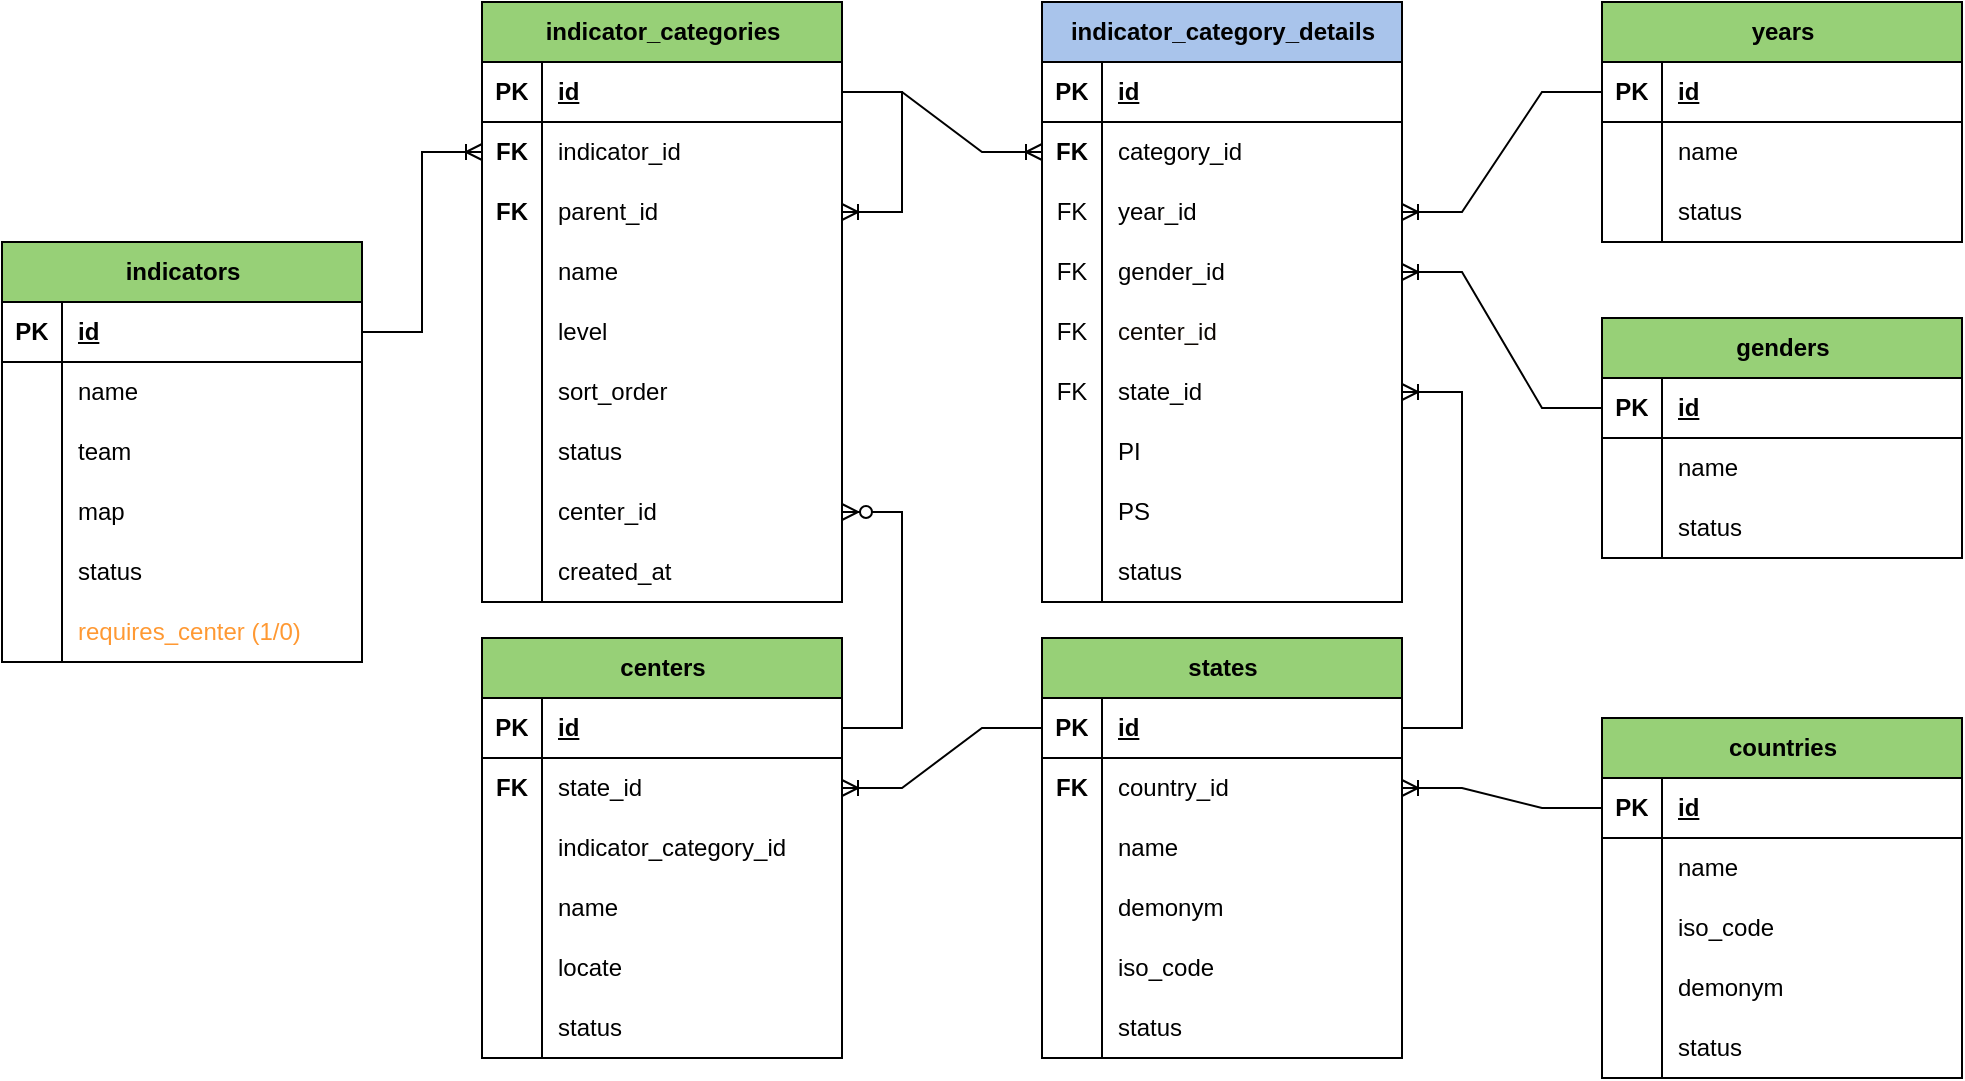
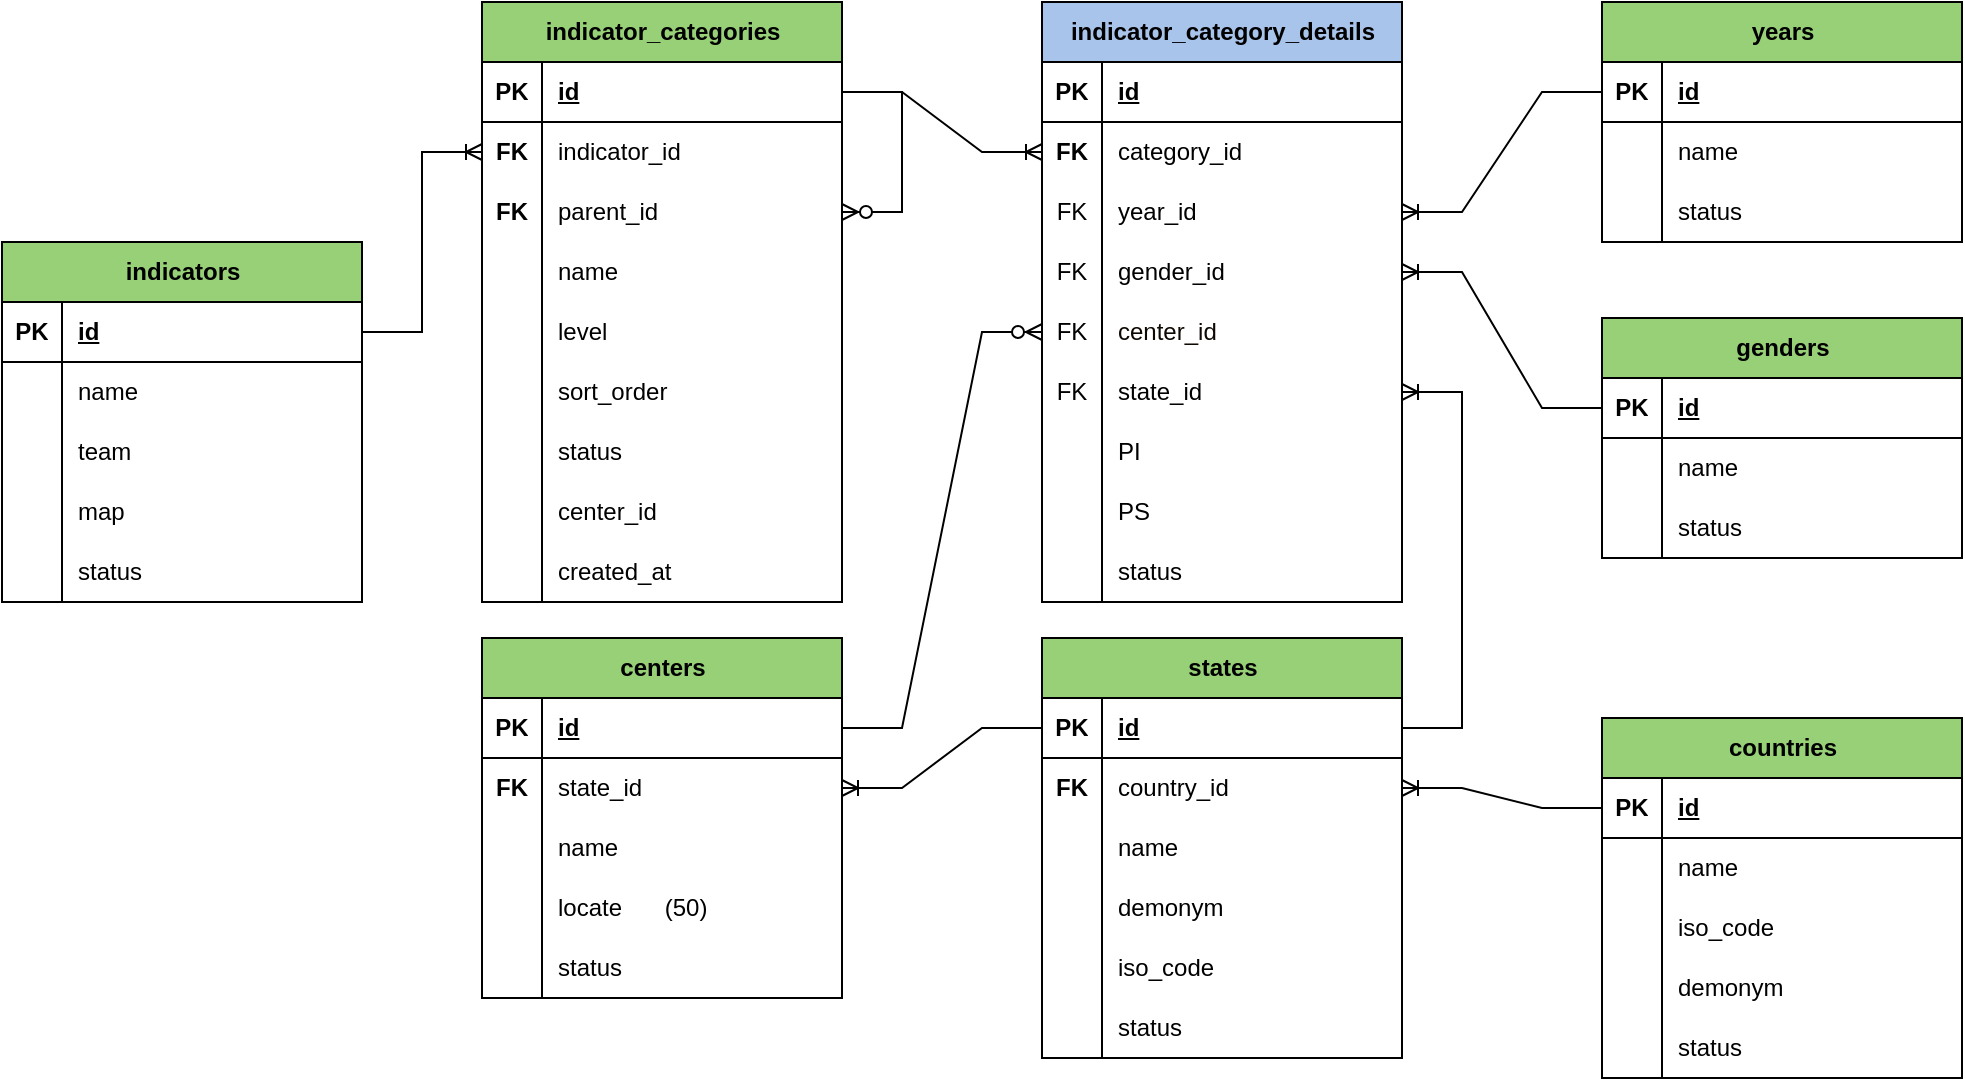
<mxfile host="app.diagrams.net" agent="Mozilla/5.0 (Windows NT 10.0; Win64; x64) AppleWebKit/537.36 (KHTML, like Gecko) Chrome/144.0.0.0 Safari/537.36" version="29.4.0">
  <diagram name="Página-1" id="_8EQAH1Wy183vU3yX7v0">
    <mxGraphModel dx="1426" dy="743" grid="1" gridSize="10" guides="1" tooltips="1" connect="1" arrows="1" fold="1" page="1" pageScale="1" pageWidth="827" pageHeight="1169" math="0" shadow="0">
      <root>
        <mxCell id="0" />
        <mxCell id="1" parent="0" />
        <mxCell id="jeW91b3SFmuc4ZiNpk8l-1" parent="1" style="shape=table;startSize=30;container=1;collapsible=1;childLayout=tableLayout;fixedRows=1;rowLines=0;fontStyle=1;align=center;resizeLast=1;html=1;fillColor=#97D077;" value="years" vertex="1">
          <mxGeometry height="120" width="180" x="840" y="200" as="geometry" />
        </mxCell>
        <mxCell id="jeW91b3SFmuc4ZiNpk8l-2" parent="jeW91b3SFmuc4ZiNpk8l-1" style="shape=tableRow;horizontal=0;startSize=0;swimlaneHead=0;swimlaneBody=0;fillColor=none;collapsible=0;dropTarget=0;points=[[0,0.5],[1,0.5]];portConstraint=eastwest;top=0;left=0;right=0;bottom=1;" value="" vertex="1">
          <mxGeometry height="30" width="180" y="30" as="geometry" />
        </mxCell>
        <mxCell id="jeW91b3SFmuc4ZiNpk8l-3" parent="jeW91b3SFmuc4ZiNpk8l-2" style="shape=partialRectangle;connectable=0;fillColor=none;top=0;left=0;bottom=0;right=0;fontStyle=1;overflow=hidden;whiteSpace=wrap;html=1;" value="PK" vertex="1">
          <mxGeometry height="30" width="30" as="geometry">
            <mxRectangle height="30" width="30" as="alternateBounds" />
          </mxGeometry>
        </mxCell>
        <mxCell id="jeW91b3SFmuc4ZiNpk8l-4" parent="jeW91b3SFmuc4ZiNpk8l-2" style="shape=partialRectangle;connectable=0;fillColor=none;top=0;left=0;bottom=0;right=0;align=left;spacingLeft=6;fontStyle=5;overflow=hidden;whiteSpace=wrap;html=1;" value="id" vertex="1">
          <mxGeometry height="30" width="150" x="30" as="geometry">
            <mxRectangle height="30" width="150" as="alternateBounds" />
          </mxGeometry>
        </mxCell>
        <mxCell id="jeW91b3SFmuc4ZiNpk8l-5" parent="jeW91b3SFmuc4ZiNpk8l-1" style="shape=tableRow;horizontal=0;startSize=0;swimlaneHead=0;swimlaneBody=0;fillColor=none;collapsible=0;dropTarget=0;points=[[0,0.5],[1,0.5]];portConstraint=eastwest;top=0;left=0;right=0;bottom=0;" value="" vertex="1">
          <mxGeometry height="30" width="180" y="60" as="geometry" />
        </mxCell>
        <mxCell id="jeW91b3SFmuc4ZiNpk8l-6" parent="jeW91b3SFmuc4ZiNpk8l-5" style="shape=partialRectangle;connectable=0;fillColor=none;top=0;left=0;bottom=0;right=0;editable=1;overflow=hidden;whiteSpace=wrap;html=1;" value="" vertex="1">
          <mxGeometry height="30" width="30" as="geometry">
            <mxRectangle height="30" width="30" as="alternateBounds" />
          </mxGeometry>
        </mxCell>
        <mxCell id="jeW91b3SFmuc4ZiNpk8l-7" parent="jeW91b3SFmuc4ZiNpk8l-5" style="shape=partialRectangle;connectable=0;fillColor=none;top=0;left=0;bottom=0;right=0;align=left;spacingLeft=6;overflow=hidden;whiteSpace=wrap;html=1;" value="name" vertex="1">
          <mxGeometry height="30" width="150" x="30" as="geometry">
            <mxRectangle height="30" width="150" as="alternateBounds" />
          </mxGeometry>
        </mxCell>
        <mxCell id="jeW91b3SFmuc4ZiNpk8l-8" parent="jeW91b3SFmuc4ZiNpk8l-1" style="shape=tableRow;horizontal=0;startSize=0;swimlaneHead=0;swimlaneBody=0;fillColor=none;collapsible=0;dropTarget=0;points=[[0,0.5],[1,0.5]];portConstraint=eastwest;top=0;left=0;right=0;bottom=0;" value="" vertex="1">
          <mxGeometry height="30" width="180" y="90" as="geometry" />
        </mxCell>
        <mxCell id="jeW91b3SFmuc4ZiNpk8l-9" parent="jeW91b3SFmuc4ZiNpk8l-8" style="shape=partialRectangle;connectable=0;fillColor=none;top=0;left=0;bottom=0;right=0;editable=1;overflow=hidden;whiteSpace=wrap;html=1;" value="" vertex="1">
          <mxGeometry height="30" width="30" as="geometry">
            <mxRectangle height="30" width="30" as="alternateBounds" />
          </mxGeometry>
        </mxCell>
        <mxCell id="jeW91b3SFmuc4ZiNpk8l-10" parent="jeW91b3SFmuc4ZiNpk8l-8" style="shape=partialRectangle;connectable=0;fillColor=none;top=0;left=0;bottom=0;right=0;align=left;spacingLeft=6;overflow=hidden;whiteSpace=wrap;html=1;" value="status" vertex="1">
          <mxGeometry height="30" width="150" x="30" as="geometry">
            <mxRectangle height="30" width="150" as="alternateBounds" />
          </mxGeometry>
        </mxCell>
        <mxCell id="jeW91b3SFmuc4ZiNpk8l-14" parent="1" style="shape=table;startSize=30;container=1;collapsible=1;childLayout=tableLayout;fixedRows=1;rowLines=0;fontStyle=1;align=center;resizeLast=1;html=1;fillColor=#97D077;" value="indicators" vertex="1">
-           <mxGeometry height="210" width="180" x="40" y="320" as="geometry" />
+           <mxGeometry height="180" width="180" x="40" y="320" as="geometry" />
        </mxCell>
        <mxCell id="jeW91b3SFmuc4ZiNpk8l-15" parent="jeW91b3SFmuc4ZiNpk8l-14" style="shape=tableRow;horizontal=0;startSize=0;swimlaneHead=0;swimlaneBody=0;fillColor=none;collapsible=0;dropTarget=0;points=[[0,0.5],[1,0.5]];portConstraint=eastwest;top=0;left=0;right=0;bottom=1;" value="" vertex="1">
          <mxGeometry height="30" width="180" y="30" as="geometry" />
        </mxCell>
        <mxCell id="jeW91b3SFmuc4ZiNpk8l-16" parent="jeW91b3SFmuc4ZiNpk8l-15" style="shape=partialRectangle;connectable=0;fillColor=none;top=0;left=0;bottom=0;right=0;fontStyle=1;overflow=hidden;whiteSpace=wrap;html=1;" value="PK" vertex="1">
          <mxGeometry height="30" width="30" as="geometry">
            <mxRectangle height="30" width="30" as="alternateBounds" />
          </mxGeometry>
        </mxCell>
        <mxCell id="jeW91b3SFmuc4ZiNpk8l-17" parent="jeW91b3SFmuc4ZiNpk8l-15" style="shape=partialRectangle;connectable=0;fillColor=none;top=0;left=0;bottom=0;right=0;align=left;spacingLeft=6;fontStyle=5;overflow=hidden;whiteSpace=wrap;html=1;" value="id" vertex="1">
          <mxGeometry height="30" width="150" x="30" as="geometry">
            <mxRectangle height="30" width="150" as="alternateBounds" />
          </mxGeometry>
        </mxCell>
        <mxCell id="jeW91b3SFmuc4ZiNpk8l-18" parent="jeW91b3SFmuc4ZiNpk8l-14" style="shape=tableRow;horizontal=0;startSize=0;swimlaneHead=0;swimlaneBody=0;fillColor=none;collapsible=0;dropTarget=0;points=[[0,0.5],[1,0.5]];portConstraint=eastwest;top=0;left=0;right=0;bottom=0;" value="" vertex="1">
          <mxGeometry height="30" width="180" y="60" as="geometry" />
        </mxCell>
        <mxCell id="jeW91b3SFmuc4ZiNpk8l-19" parent="jeW91b3SFmuc4ZiNpk8l-18" style="shape=partialRectangle;connectable=0;fillColor=none;top=0;left=0;bottom=0;right=0;editable=1;overflow=hidden;whiteSpace=wrap;html=1;" value="" vertex="1">
          <mxGeometry height="30" width="30" as="geometry">
            <mxRectangle height="30" width="30" as="alternateBounds" />
          </mxGeometry>
        </mxCell>
        <mxCell id="jeW91b3SFmuc4ZiNpk8l-20" parent="jeW91b3SFmuc4ZiNpk8l-18" style="shape=partialRectangle;connectable=0;fillColor=none;top=0;left=0;bottom=0;right=0;align=left;spacingLeft=6;overflow=hidden;whiteSpace=wrap;html=1;" value="name" vertex="1">
          <mxGeometry height="30" width="150" x="30" as="geometry">
            <mxRectangle height="30" width="150" as="alternateBounds" />
          </mxGeometry>
        </mxCell>
        <mxCell id="Tr3dRubQJtcB0Lx8Occ9-4" parent="jeW91b3SFmuc4ZiNpk8l-14" style="shape=tableRow;horizontal=0;startSize=0;swimlaneHead=0;swimlaneBody=0;fillColor=none;collapsible=0;dropTarget=0;points=[[0,0.5],[1,0.5]];portConstraint=eastwest;top=0;left=0;right=0;bottom=0;" vertex="1">
          <mxGeometry height="30" width="180" y="90" as="geometry" />
        </mxCell>
        <mxCell id="Tr3dRubQJtcB0Lx8Occ9-5" parent="Tr3dRubQJtcB0Lx8Occ9-4" style="shape=partialRectangle;connectable=0;fillColor=none;top=0;left=0;bottom=0;right=0;editable=1;overflow=hidden;whiteSpace=wrap;html=1;" vertex="1">
          <mxGeometry height="30" width="30" as="geometry">
            <mxRectangle height="30" width="30" as="alternateBounds" />
          </mxGeometry>
        </mxCell>
        <mxCell id="Tr3dRubQJtcB0Lx8Occ9-6" parent="Tr3dRubQJtcB0Lx8Occ9-4" style="shape=partialRectangle;connectable=0;fillColor=none;top=0;left=0;bottom=0;right=0;align=left;spacingLeft=6;overflow=hidden;whiteSpace=wrap;html=1;" value="team" vertex="1">
          <mxGeometry height="30" width="150" x="30" as="geometry">
            <mxRectangle height="30" width="150" as="alternateBounds" />
          </mxGeometry>
        </mxCell>
        <mxCell id="Tr3dRubQJtcB0Lx8Occ9-1" parent="jeW91b3SFmuc4ZiNpk8l-14" style="shape=tableRow;horizontal=0;startSize=0;swimlaneHead=0;swimlaneBody=0;fillColor=none;collapsible=0;dropTarget=0;points=[[0,0.5],[1,0.5]];portConstraint=eastwest;top=0;left=0;right=0;bottom=0;" vertex="1">
          <mxGeometry height="30" width="180" y="120" as="geometry" />
        </mxCell>
        <mxCell id="Tr3dRubQJtcB0Lx8Occ9-2" parent="Tr3dRubQJtcB0Lx8Occ9-1" style="shape=partialRectangle;connectable=0;fillColor=none;top=0;left=0;bottom=0;right=0;editable=1;overflow=hidden;whiteSpace=wrap;html=1;" vertex="1">
          <mxGeometry height="30" width="30" as="geometry">
            <mxRectangle height="30" width="30" as="alternateBounds" />
          </mxGeometry>
        </mxCell>
        <mxCell id="Tr3dRubQJtcB0Lx8Occ9-3" parent="Tr3dRubQJtcB0Lx8Occ9-1" style="shape=partialRectangle;connectable=0;fillColor=none;top=0;left=0;bottom=0;right=0;align=left;spacingLeft=6;overflow=hidden;whiteSpace=wrap;html=1;" value="map" vertex="1">
          <mxGeometry height="30" width="150" x="30" as="geometry">
            <mxRectangle height="30" width="150" as="alternateBounds" />
          </mxGeometry>
        </mxCell>
        <mxCell id="Tr3dRubQJtcB0Lx8Occ9-7" parent="jeW91b3SFmuc4ZiNpk8l-14" style="shape=tableRow;horizontal=0;startSize=0;swimlaneHead=0;swimlaneBody=0;fillColor=none;collapsible=0;dropTarget=0;points=[[0,0.5],[1,0.5]];portConstraint=eastwest;top=0;left=0;right=0;bottom=0;" vertex="1">
          <mxGeometry height="30" width="180" y="150" as="geometry" />
        </mxCell>
        <mxCell id="Tr3dRubQJtcB0Lx8Occ9-8" parent="Tr3dRubQJtcB0Lx8Occ9-7" style="shape=partialRectangle;connectable=0;fillColor=none;top=0;left=0;bottom=0;right=0;editable=1;overflow=hidden;whiteSpace=wrap;html=1;" vertex="1">
          <mxGeometry height="30" width="30" as="geometry">
            <mxRectangle height="30" width="30" as="alternateBounds" />
          </mxGeometry>
        </mxCell>
        <mxCell id="Tr3dRubQJtcB0Lx8Occ9-9" parent="Tr3dRubQJtcB0Lx8Occ9-7" style="shape=partialRectangle;connectable=0;fillColor=none;top=0;left=0;bottom=0;right=0;align=left;spacingLeft=6;overflow=hidden;whiteSpace=wrap;html=1;" value="status" vertex="1">
          <mxGeometry height="30" width="150" x="30" as="geometry">
            <mxRectangle height="30" width="150" as="alternateBounds" />
          </mxGeometry>
        </mxCell>
-         <mxCell id="jeW91b3SFmuc4ZiNpk8l-24" parent="jeW91b3SFmuc4ZiNpk8l-14" style="shape=tableRow;horizontal=0;startSize=0;swimlaneHead=0;swimlaneBody=0;fillColor=none;collapsible=0;dropTarget=0;points=[[0,0.5],[1,0.5]];portConstraint=eastwest;top=0;left=0;right=0;bottom=0;" value="" vertex="1">
-           <mxGeometry height="30" width="180" y="180" as="geometry" />
-         </mxCell>
-         <mxCell id="jeW91b3SFmuc4ZiNpk8l-25" parent="jeW91b3SFmuc4ZiNpk8l-24" style="shape=partialRectangle;connectable=0;fillColor=none;top=0;left=0;bottom=0;right=0;editable=1;overflow=hidden;whiteSpace=wrap;html=1;" value="" vertex="1">
-           <mxGeometry height="30" width="30" as="geometry">
-             <mxRectangle height="30" width="30" as="alternateBounds" />
-           </mxGeometry>
-         </mxCell>
-         <mxCell id="jeW91b3SFmuc4ZiNpk8l-26" parent="jeW91b3SFmuc4ZiNpk8l-24" style="shape=partialRectangle;connectable=0;fillColor=none;top=0;left=0;bottom=0;right=0;align=left;spacingLeft=6;overflow=hidden;whiteSpace=wrap;html=1;" value="&lt;font style=&quot;color: rgb(255, 153, 51);&quot;&gt;requires_center (1/0)&lt;/font&gt;" vertex="1">
-           <mxGeometry height="30" width="150" x="30" as="geometry">
-             <mxRectangle height="30" width="150" as="alternateBounds" />
-           </mxGeometry>
-         </mxCell>
        <mxCell id="jeW91b3SFmuc4ZiNpk8l-27" parent="1" style="shape=table;startSize=30;container=1;collapsible=1;childLayout=tableLayout;fixedRows=1;rowLines=0;fontStyle=1;align=center;resizeLast=1;html=1;fillColor=#97D077;" value="centers" vertex="1">
-           <mxGeometry height="210" width="180" x="280" y="518" as="geometry">
+           <mxGeometry height="180" width="180" x="280" y="518" as="geometry">
            <mxRectangle height="30" width="80" x="280" y="560" as="alternateBounds" />
          </mxGeometry>
        </mxCell>
        <mxCell id="jeW91b3SFmuc4ZiNpk8l-28" parent="jeW91b3SFmuc4ZiNpk8l-27" style="shape=tableRow;horizontal=0;startSize=0;swimlaneHead=0;swimlaneBody=0;fillColor=none;collapsible=0;dropTarget=0;points=[[0,0.5],[1,0.5]];portConstraint=eastwest;top=0;left=0;right=0;bottom=1;" value="" vertex="1">
          <mxGeometry height="30" width="180" y="30" as="geometry" />
        </mxCell>
        <mxCell id="jeW91b3SFmuc4ZiNpk8l-29" parent="jeW91b3SFmuc4ZiNpk8l-28" style="shape=partialRectangle;connectable=0;fillColor=none;top=0;left=0;bottom=0;right=0;fontStyle=1;overflow=hidden;whiteSpace=wrap;html=1;" value="PK" vertex="1">
          <mxGeometry height="30" width="30" as="geometry">
            <mxRectangle height="30" width="30" as="alternateBounds" />
          </mxGeometry>
        </mxCell>
        <mxCell id="jeW91b3SFmuc4ZiNpk8l-30" parent="jeW91b3SFmuc4ZiNpk8l-28" style="shape=partialRectangle;connectable=0;fillColor=none;top=0;left=0;bottom=0;right=0;align=left;spacingLeft=6;fontStyle=5;overflow=hidden;whiteSpace=wrap;html=1;" value="id" vertex="1">
          <mxGeometry height="30" width="150" x="30" as="geometry">
            <mxRectangle height="30" width="150" as="alternateBounds" />
          </mxGeometry>
        </mxCell>
        <mxCell id="jeW91b3SFmuc4ZiNpk8l-31" parent="jeW91b3SFmuc4ZiNpk8l-27" style="shape=tableRow;horizontal=0;startSize=0;swimlaneHead=0;swimlaneBody=0;fillColor=none;collapsible=0;dropTarget=0;points=[[0,0.5],[1,0.5]];portConstraint=eastwest;top=0;left=0;right=0;bottom=0;" value="" vertex="1">
          <mxGeometry height="30" width="180" y="60" as="geometry" />
        </mxCell>
        <mxCell id="jeW91b3SFmuc4ZiNpk8l-32" parent="jeW91b3SFmuc4ZiNpk8l-31" style="shape=partialRectangle;connectable=0;fillColor=none;top=0;left=0;bottom=0;right=0;editable=1;overflow=hidden;whiteSpace=wrap;html=1;" value="&lt;b&gt;FK&lt;/b&gt;" vertex="1">
          <mxGeometry height="30" width="30" as="geometry">
            <mxRectangle height="30" width="30" as="alternateBounds" />
          </mxGeometry>
        </mxCell>
        <mxCell id="jeW91b3SFmuc4ZiNpk8l-33" parent="jeW91b3SFmuc4ZiNpk8l-31" style="shape=partialRectangle;connectable=0;fillColor=none;top=0;left=0;bottom=0;right=0;align=left;spacingLeft=6;overflow=hidden;whiteSpace=wrap;html=1;" value="state_id" vertex="1">
          <mxGeometry height="30" width="150" x="30" as="geometry">
            <mxRectangle height="30" width="150" as="alternateBounds" />
          </mxGeometry>
        </mxCell>
-         <mxCell id="6sR2e17n_Q9-mfU13Qc0-5" parent="jeW91b3SFmuc4ZiNpk8l-27" style="shape=tableRow;horizontal=0;startSize=0;swimlaneHead=0;swimlaneBody=0;fillColor=none;collapsible=0;dropTarget=0;points=[[0,0.5],[1,0.5]];portConstraint=eastwest;top=0;left=0;right=0;bottom=0;" vertex="1">
-           <mxGeometry height="30" width="180" y="90" as="geometry" />
-         </mxCell>
-         <mxCell id="6sR2e17n_Q9-mfU13Qc0-6" parent="6sR2e17n_Q9-mfU13Qc0-5" style="shape=partialRectangle;connectable=0;fillColor=none;top=0;left=0;bottom=0;right=0;editable=1;overflow=hidden;whiteSpace=wrap;html=1;" vertex="1">
-           <mxGeometry height="30" width="30" as="geometry">
-             <mxRectangle height="30" width="30" as="alternateBounds" />
-           </mxGeometry>
-         </mxCell>
-         <mxCell id="6sR2e17n_Q9-mfU13Qc0-7" parent="6sR2e17n_Q9-mfU13Qc0-5" style="shape=partialRectangle;connectable=0;fillColor=none;top=0;left=0;bottom=0;right=0;align=left;spacingLeft=6;overflow=hidden;whiteSpace=wrap;html=1;" value="indicator_category_id" vertex="1">
-           <mxGeometry height="30" width="150" x="30" as="geometry">
-             <mxRectangle height="30" width="150" as="alternateBounds" />
-           </mxGeometry>
-         </mxCell>
        <mxCell id="jeW91b3SFmuc4ZiNpk8l-34" parent="jeW91b3SFmuc4ZiNpk8l-27" style="shape=tableRow;horizontal=0;startSize=0;swimlaneHead=0;swimlaneBody=0;fillColor=none;collapsible=0;dropTarget=0;points=[[0,0.5],[1,0.5]];portConstraint=eastwest;top=0;left=0;right=0;bottom=0;" value="" vertex="1">
+           <mxGeometry height="30" width="180" y="90" as="geometry" />
+         </mxCell>
+         <mxCell id="jeW91b3SFmuc4ZiNpk8l-35" parent="jeW91b3SFmuc4ZiNpk8l-34" style="shape=partialRectangle;connectable=0;fillColor=none;top=0;left=0;bottom=0;right=0;editable=1;overflow=hidden;whiteSpace=wrap;html=1;" value="" vertex="1">
+           <mxGeometry height="30" width="30" as="geometry">
+             <mxRectangle height="30" width="30" as="alternateBounds" />
+           </mxGeometry>
+         </mxCell>
+         <mxCell id="jeW91b3SFmuc4ZiNpk8l-36" parent="jeW91b3SFmuc4ZiNpk8l-34" style="shape=partialRectangle;connectable=0;fillColor=none;top=0;left=0;bottom=0;right=0;align=left;spacingLeft=6;overflow=hidden;whiteSpace=wrap;html=1;" value="name" vertex="1">
+           <mxGeometry height="30" width="150" x="30" as="geometry">
+             <mxRectangle height="30" width="150" as="alternateBounds" />
+           </mxGeometry>
+         </mxCell>
+         <mxCell id="jeW91b3SFmuc4ZiNpk8l-37" parent="jeW91b3SFmuc4ZiNpk8l-27" style="shape=tableRow;horizontal=0;startSize=0;swimlaneHead=0;swimlaneBody=0;fillColor=none;collapsible=0;dropTarget=0;points=[[0,0.5],[1,0.5]];portConstraint=eastwest;top=0;left=0;right=0;bottom=0;" value="" vertex="1">
          <mxGeometry height="30" width="180" y="120" as="geometry" />
        </mxCell>
-         <mxCell id="jeW91b3SFmuc4ZiNpk8l-35" parent="jeW91b3SFmuc4ZiNpk8l-34" style="shape=partialRectangle;connectable=0;fillColor=none;top=0;left=0;bottom=0;right=0;editable=1;overflow=hidden;whiteSpace=wrap;html=1;" value="" vertex="1">
-           <mxGeometry height="30" width="30" as="geometry">
-             <mxRectangle height="30" width="30" as="alternateBounds" />
-           </mxGeometry>
-         </mxCell>
-         <mxCell id="jeW91b3SFmuc4ZiNpk8l-36" parent="jeW91b3SFmuc4ZiNpk8l-34" style="shape=partialRectangle;connectable=0;fillColor=none;top=0;left=0;bottom=0;right=0;align=left;spacingLeft=6;overflow=hidden;whiteSpace=wrap;html=1;" value="name" vertex="1">
-           <mxGeometry height="30" width="150" x="30" as="geometry">
-             <mxRectangle height="30" width="150" as="alternateBounds" />
-           </mxGeometry>
-         </mxCell>
-         <mxCell id="jeW91b3SFmuc4ZiNpk8l-37" parent="jeW91b3SFmuc4ZiNpk8l-27" style="shape=tableRow;horizontal=0;startSize=0;swimlaneHead=0;swimlaneBody=0;fillColor=none;collapsible=0;dropTarget=0;points=[[0,0.5],[1,0.5]];portConstraint=eastwest;top=0;left=0;right=0;bottom=0;" value="" vertex="1">
+         <mxCell id="jeW91b3SFmuc4ZiNpk8l-38" parent="jeW91b3SFmuc4ZiNpk8l-37" style="shape=partialRectangle;connectable=0;fillColor=none;top=0;left=0;bottom=0;right=0;editable=1;overflow=hidden;whiteSpace=wrap;html=1;" value="" vertex="1">
+           <mxGeometry height="30" width="30" as="geometry">
+             <mxRectangle height="30" width="30" as="alternateBounds" />
+           </mxGeometry>
+         </mxCell>
+         <mxCell id="jeW91b3SFmuc4ZiNpk8l-39" parent="jeW91b3SFmuc4ZiNpk8l-37" style="shape=partialRectangle;connectable=0;fillColor=none;top=0;left=0;bottom=0;right=0;align=left;spacingLeft=6;overflow=hidden;whiteSpace=wrap;html=1;" value="locate&lt;span style=&quot;white-space: pre;&quot;&gt;&#x9;&lt;/span&gt;&lt;font style=&quot;color: light-dark(rgb(0, 0, 0), rgb(255, 128, 0));&quot;&gt;(50)&lt;/font&gt;" vertex="1">
+           <mxGeometry height="30" width="150" x="30" as="geometry">
+             <mxRectangle height="30" width="150" as="alternateBounds" />
+           </mxGeometry>
+         </mxCell>
+         <mxCell id="jeW91b3SFmuc4ZiNpk8l-72" parent="jeW91b3SFmuc4ZiNpk8l-27" style="shape=tableRow;horizontal=0;startSize=0;swimlaneHead=0;swimlaneBody=0;fillColor=none;collapsible=0;dropTarget=0;points=[[0,0.5],[1,0.5]];portConstraint=eastwest;top=0;left=0;right=0;bottom=0;" vertex="1">
          <mxGeometry height="30" width="180" y="150" as="geometry" />
-         </mxCell>
-         <mxCell id="jeW91b3SFmuc4ZiNpk8l-38" parent="jeW91b3SFmuc4ZiNpk8l-37" style="shape=partialRectangle;connectable=0;fillColor=none;top=0;left=0;bottom=0;right=0;editable=1;overflow=hidden;whiteSpace=wrap;html=1;" value="" vertex="1">
-           <mxGeometry height="30" width="30" as="geometry">
-             <mxRectangle height="30" width="30" as="alternateBounds" />
-           </mxGeometry>
-         </mxCell>
-         <mxCell id="jeW91b3SFmuc4ZiNpk8l-39" parent="jeW91b3SFmuc4ZiNpk8l-37" style="shape=partialRectangle;connectable=0;fillColor=none;top=0;left=0;bottom=0;right=0;align=left;spacingLeft=6;overflow=hidden;whiteSpace=wrap;html=1;" value="locate" vertex="1">
-           <mxGeometry height="30" width="150" x="30" as="geometry">
-             <mxRectangle height="30" width="150" as="alternateBounds" />
-           </mxGeometry>
-         </mxCell>
-         <mxCell id="jeW91b3SFmuc4ZiNpk8l-72" parent="jeW91b3SFmuc4ZiNpk8l-27" style="shape=tableRow;horizontal=0;startSize=0;swimlaneHead=0;swimlaneBody=0;fillColor=none;collapsible=0;dropTarget=0;points=[[0,0.5],[1,0.5]];portConstraint=eastwest;top=0;left=0;right=0;bottom=0;" vertex="1">
-           <mxGeometry height="30" width="180" y="180" as="geometry" />
        </mxCell>
        <mxCell id="jeW91b3SFmuc4ZiNpk8l-73" parent="jeW91b3SFmuc4ZiNpk8l-72" style="shape=partialRectangle;connectable=0;fillColor=none;top=0;left=0;bottom=0;right=0;editable=1;overflow=hidden;whiteSpace=wrap;html=1;" vertex="1">
          <mxGeometry height="30" width="30" as="geometry">
            <mxRectangle height="30" width="30" as="alternateBounds" />
          </mxGeometry>
        </mxCell>
        <mxCell id="jeW91b3SFmuc4ZiNpk8l-74" parent="jeW91b3SFmuc4ZiNpk8l-72" style="shape=partialRectangle;connectable=0;fillColor=none;top=0;left=0;bottom=0;right=0;align=left;spacingLeft=6;overflow=hidden;whiteSpace=wrap;html=1;" value="status" vertex="1">
          <mxGeometry height="30" width="150" x="30" as="geometry">
            <mxRectangle height="30" width="150" as="alternateBounds" />
          </mxGeometry>
        </mxCell>
        <mxCell id="jeW91b3SFmuc4ZiNpk8l-40" parent="1" style="shape=table;startSize=30;container=1;collapsible=1;childLayout=tableLayout;fixedRows=1;rowLines=0;fontStyle=1;align=center;resizeLast=1;html=1;fillColor=#97D077;" value="countries" vertex="1">
          <mxGeometry height="180" width="180" x="840" y="558" as="geometry" />
        </mxCell>
        <mxCell id="jeW91b3SFmuc4ZiNpk8l-41" parent="jeW91b3SFmuc4ZiNpk8l-40" style="shape=tableRow;horizontal=0;startSize=0;swimlaneHead=0;swimlaneBody=0;fillColor=none;collapsible=0;dropTarget=0;points=[[0,0.5],[1,0.5]];portConstraint=eastwest;top=0;left=0;right=0;bottom=1;" value="" vertex="1">
          <mxGeometry height="30" width="180" y="30" as="geometry" />
        </mxCell>
        <mxCell id="jeW91b3SFmuc4ZiNpk8l-42" parent="jeW91b3SFmuc4ZiNpk8l-41" style="shape=partialRectangle;connectable=0;fillColor=none;top=0;left=0;bottom=0;right=0;fontStyle=1;overflow=hidden;whiteSpace=wrap;html=1;" value="PK" vertex="1">
          <mxGeometry height="30" width="30" as="geometry">
            <mxRectangle height="30" width="30" as="alternateBounds" />
          </mxGeometry>
        </mxCell>
        <mxCell id="jeW91b3SFmuc4ZiNpk8l-43" parent="jeW91b3SFmuc4ZiNpk8l-41" style="shape=partialRectangle;connectable=0;fillColor=none;top=0;left=0;bottom=0;right=0;align=left;spacingLeft=6;fontStyle=5;overflow=hidden;whiteSpace=wrap;html=1;" value="id" vertex="1">
          <mxGeometry height="30" width="150" x="30" as="geometry">
            <mxRectangle height="30" width="150" as="alternateBounds" />
          </mxGeometry>
        </mxCell>
        <mxCell id="jeW91b3SFmuc4ZiNpk8l-44" parent="jeW91b3SFmuc4ZiNpk8l-40" style="shape=tableRow;horizontal=0;startSize=0;swimlaneHead=0;swimlaneBody=0;fillColor=none;collapsible=0;dropTarget=0;points=[[0,0.5],[1,0.5]];portConstraint=eastwest;top=0;left=0;right=0;bottom=0;" value="" vertex="1">
          <mxGeometry height="30" width="180" y="60" as="geometry" />
        </mxCell>
        <mxCell id="jeW91b3SFmuc4ZiNpk8l-45" parent="jeW91b3SFmuc4ZiNpk8l-44" style="shape=partialRectangle;connectable=0;fillColor=none;top=0;left=0;bottom=0;right=0;editable=1;overflow=hidden;whiteSpace=wrap;html=1;" value="" vertex="1">
          <mxGeometry height="30" width="30" as="geometry">
            <mxRectangle height="30" width="30" as="alternateBounds" />
          </mxGeometry>
        </mxCell>
        <mxCell id="jeW91b3SFmuc4ZiNpk8l-46" parent="jeW91b3SFmuc4ZiNpk8l-44" style="shape=partialRectangle;connectable=0;fillColor=none;top=0;left=0;bottom=0;right=0;align=left;spacingLeft=6;overflow=hidden;whiteSpace=wrap;html=1;" value="name" vertex="1">
          <mxGeometry height="30" width="150" x="30" as="geometry">
            <mxRectangle height="30" width="150" as="alternateBounds" />
          </mxGeometry>
        </mxCell>
        <mxCell id="jeW91b3SFmuc4ZiNpk8l-47" parent="jeW91b3SFmuc4ZiNpk8l-40" style="shape=tableRow;horizontal=0;startSize=0;swimlaneHead=0;swimlaneBody=0;fillColor=none;collapsible=0;dropTarget=0;points=[[0,0.5],[1,0.5]];portConstraint=eastwest;top=0;left=0;right=0;bottom=0;" value="" vertex="1">
          <mxGeometry height="30" width="180" y="90" as="geometry" />
        </mxCell>
        <mxCell id="jeW91b3SFmuc4ZiNpk8l-48" parent="jeW91b3SFmuc4ZiNpk8l-47" style="shape=partialRectangle;connectable=0;fillColor=none;top=0;left=0;bottom=0;right=0;editable=1;overflow=hidden;whiteSpace=wrap;html=1;" value="" vertex="1">
          <mxGeometry height="30" width="30" as="geometry">
            <mxRectangle height="30" width="30" as="alternateBounds" />
          </mxGeometry>
        </mxCell>
        <mxCell id="jeW91b3SFmuc4ZiNpk8l-49" parent="jeW91b3SFmuc4ZiNpk8l-47" style="shape=partialRectangle;connectable=0;fillColor=none;top=0;left=0;bottom=0;right=0;align=left;spacingLeft=6;overflow=hidden;whiteSpace=wrap;html=1;" value="iso_code" vertex="1">
          <mxGeometry height="30" width="150" x="30" as="geometry">
            <mxRectangle height="30" width="150" as="alternateBounds" />
          </mxGeometry>
        </mxCell>
        <mxCell id="jeW91b3SFmuc4ZiNpk8l-136" parent="jeW91b3SFmuc4ZiNpk8l-40" style="shape=tableRow;horizontal=0;startSize=0;swimlaneHead=0;swimlaneBody=0;fillColor=none;collapsible=0;dropTarget=0;points=[[0,0.5],[1,0.5]];portConstraint=eastwest;top=0;left=0;right=0;bottom=0;" vertex="1">
          <mxGeometry height="30" width="180" y="120" as="geometry" />
        </mxCell>
        <mxCell id="jeW91b3SFmuc4ZiNpk8l-137" parent="jeW91b3SFmuc4ZiNpk8l-136" style="shape=partialRectangle;connectable=0;fillColor=none;top=0;left=0;bottom=0;right=0;editable=1;overflow=hidden;whiteSpace=wrap;html=1;" vertex="1">
          <mxGeometry height="30" width="30" as="geometry">
            <mxRectangle height="30" width="30" as="alternateBounds" />
          </mxGeometry>
        </mxCell>
        <mxCell id="jeW91b3SFmuc4ZiNpk8l-138" parent="jeW91b3SFmuc4ZiNpk8l-136" style="shape=partialRectangle;connectable=0;fillColor=none;top=0;left=0;bottom=0;right=0;align=left;spacingLeft=6;overflow=hidden;whiteSpace=wrap;html=1;" value="demonym&amp;nbsp;" vertex="1">
          <mxGeometry height="30" width="150" x="30" as="geometry">
            <mxRectangle height="30" width="150" as="alternateBounds" />
          </mxGeometry>
        </mxCell>
        <mxCell id="jeW91b3SFmuc4ZiNpk8l-50" parent="jeW91b3SFmuc4ZiNpk8l-40" style="shape=tableRow;horizontal=0;startSize=0;swimlaneHead=0;swimlaneBody=0;fillColor=none;collapsible=0;dropTarget=0;points=[[0,0.5],[1,0.5]];portConstraint=eastwest;top=0;left=0;right=0;bottom=0;" value="" vertex="1">
          <mxGeometry height="30" width="180" y="150" as="geometry" />
        </mxCell>
        <mxCell id="jeW91b3SFmuc4ZiNpk8l-51" parent="jeW91b3SFmuc4ZiNpk8l-50" style="shape=partialRectangle;connectable=0;fillColor=none;top=0;left=0;bottom=0;right=0;editable=1;overflow=hidden;whiteSpace=wrap;html=1;" value="" vertex="1">
          <mxGeometry height="30" width="30" as="geometry">
            <mxRectangle height="30" width="30" as="alternateBounds" />
          </mxGeometry>
        </mxCell>
        <mxCell id="jeW91b3SFmuc4ZiNpk8l-52" parent="jeW91b3SFmuc4ZiNpk8l-50" style="shape=partialRectangle;connectable=0;fillColor=none;top=0;left=0;bottom=0;right=0;align=left;spacingLeft=6;overflow=hidden;whiteSpace=wrap;html=1;" value="status" vertex="1">
          <mxGeometry height="30" width="150" x="30" as="geometry">
            <mxRectangle height="30" width="150" as="alternateBounds" />
          </mxGeometry>
        </mxCell>
        <mxCell id="jeW91b3SFmuc4ZiNpk8l-53" parent="1" style="shape=table;startSize=30;container=1;collapsible=1;childLayout=tableLayout;fixedRows=1;rowLines=0;fontStyle=1;align=center;resizeLast=1;html=1;fillColor=#97D077;" value="states" vertex="1">
          <mxGeometry height="210" width="180" x="560" y="518" as="geometry" />
        </mxCell>
        <mxCell id="jeW91b3SFmuc4ZiNpk8l-54" parent="jeW91b3SFmuc4ZiNpk8l-53" style="shape=tableRow;horizontal=0;startSize=0;swimlaneHead=0;swimlaneBody=0;fillColor=none;collapsible=0;dropTarget=0;points=[[0,0.5],[1,0.5]];portConstraint=eastwest;top=0;left=0;right=0;bottom=1;" value="" vertex="1">
          <mxGeometry height="30" width="180" y="30" as="geometry" />
        </mxCell>
        <mxCell id="jeW91b3SFmuc4ZiNpk8l-55" parent="jeW91b3SFmuc4ZiNpk8l-54" style="shape=partialRectangle;connectable=0;fillColor=none;top=0;left=0;bottom=0;right=0;fontStyle=1;overflow=hidden;whiteSpace=wrap;html=1;" value="PK" vertex="1">
          <mxGeometry height="30" width="30" as="geometry">
            <mxRectangle height="30" width="30" as="alternateBounds" />
          </mxGeometry>
        </mxCell>
        <mxCell id="jeW91b3SFmuc4ZiNpk8l-56" parent="jeW91b3SFmuc4ZiNpk8l-54" style="shape=partialRectangle;connectable=0;fillColor=none;top=0;left=0;bottom=0;right=0;align=left;spacingLeft=6;fontStyle=5;overflow=hidden;whiteSpace=wrap;html=1;" value="id" vertex="1">
          <mxGeometry height="30" width="150" x="30" as="geometry">
            <mxRectangle height="30" width="150" as="alternateBounds" />
          </mxGeometry>
        </mxCell>
        <mxCell id="jeW91b3SFmuc4ZiNpk8l-57" parent="jeW91b3SFmuc4ZiNpk8l-53" style="shape=tableRow;horizontal=0;startSize=0;swimlaneHead=0;swimlaneBody=0;fillColor=none;collapsible=0;dropTarget=0;points=[[0,0.5],[1,0.5]];portConstraint=eastwest;top=0;left=0;right=0;bottom=0;" value="" vertex="1">
          <mxGeometry height="30" width="180" y="60" as="geometry" />
        </mxCell>
        <mxCell id="jeW91b3SFmuc4ZiNpk8l-58" parent="jeW91b3SFmuc4ZiNpk8l-57" style="shape=partialRectangle;connectable=0;fillColor=none;top=0;left=0;bottom=0;right=0;editable=1;overflow=hidden;whiteSpace=wrap;html=1;" value="&lt;b&gt;FK&lt;/b&gt;" vertex="1">
          <mxGeometry height="30" width="30" as="geometry">
            <mxRectangle height="30" width="30" as="alternateBounds" />
          </mxGeometry>
        </mxCell>
        <mxCell id="jeW91b3SFmuc4ZiNpk8l-59" parent="jeW91b3SFmuc4ZiNpk8l-57" style="shape=partialRectangle;connectable=0;fillColor=none;top=0;left=0;bottom=0;right=0;align=left;spacingLeft=6;overflow=hidden;whiteSpace=wrap;html=1;" value="country_id" vertex="1">
          <mxGeometry height="30" width="150" x="30" as="geometry">
            <mxRectangle height="30" width="150" as="alternateBounds" />
          </mxGeometry>
        </mxCell>
        <mxCell id="jeW91b3SFmuc4ZiNpk8l-60" parent="jeW91b3SFmuc4ZiNpk8l-53" style="shape=tableRow;horizontal=0;startSize=0;swimlaneHead=0;swimlaneBody=0;fillColor=none;collapsible=0;dropTarget=0;points=[[0,0.5],[1,0.5]];portConstraint=eastwest;top=0;left=0;right=0;bottom=0;" value="" vertex="1">
          <mxGeometry height="30" width="180" y="90" as="geometry" />
        </mxCell>
        <mxCell id="jeW91b3SFmuc4ZiNpk8l-61" parent="jeW91b3SFmuc4ZiNpk8l-60" style="shape=partialRectangle;connectable=0;fillColor=none;top=0;left=0;bottom=0;right=0;editable=1;overflow=hidden;whiteSpace=wrap;html=1;" value="" vertex="1">
          <mxGeometry height="30" width="30" as="geometry">
            <mxRectangle height="30" width="30" as="alternateBounds" />
          </mxGeometry>
        </mxCell>
        <mxCell id="jeW91b3SFmuc4ZiNpk8l-62" parent="jeW91b3SFmuc4ZiNpk8l-60" style="shape=partialRectangle;connectable=0;fillColor=none;top=0;left=0;bottom=0;right=0;align=left;spacingLeft=6;overflow=hidden;whiteSpace=wrap;html=1;" value="name" vertex="1">
          <mxGeometry height="30" width="150" x="30" as="geometry">
            <mxRectangle height="30" width="150" as="alternateBounds" />
          </mxGeometry>
        </mxCell>
        <mxCell id="jeW91b3SFmuc4ZiNpk8l-63" parent="jeW91b3SFmuc4ZiNpk8l-53" style="shape=tableRow;horizontal=0;startSize=0;swimlaneHead=0;swimlaneBody=0;fillColor=none;collapsible=0;dropTarget=0;points=[[0,0.5],[1,0.5]];portConstraint=eastwest;top=0;left=0;right=0;bottom=0;" value="" vertex="1">
          <mxGeometry height="30" width="180" y="120" as="geometry" />
        </mxCell>
        <mxCell id="jeW91b3SFmuc4ZiNpk8l-64" parent="jeW91b3SFmuc4ZiNpk8l-63" style="shape=partialRectangle;connectable=0;fillColor=none;top=0;left=0;bottom=0;right=0;editable=1;overflow=hidden;whiteSpace=wrap;html=1;" value="" vertex="1">
          <mxGeometry height="30" width="30" as="geometry">
            <mxRectangle height="30" width="30" as="alternateBounds" />
          </mxGeometry>
        </mxCell>
        <mxCell id="jeW91b3SFmuc4ZiNpk8l-65" parent="jeW91b3SFmuc4ZiNpk8l-63" style="shape=partialRectangle;connectable=0;fillColor=none;top=0;left=0;bottom=0;right=0;align=left;spacingLeft=6;overflow=hidden;whiteSpace=wrap;html=1;" value="demonym&amp;nbsp;" vertex="1">
          <mxGeometry height="30" width="150" x="30" as="geometry">
            <mxRectangle height="30" width="150" as="alternateBounds" />
          </mxGeometry>
        </mxCell>
        <mxCell id="jeW91b3SFmuc4ZiNpk8l-69" parent="jeW91b3SFmuc4ZiNpk8l-53" style="shape=tableRow;horizontal=0;startSize=0;swimlaneHead=0;swimlaneBody=0;fillColor=none;collapsible=0;dropTarget=0;points=[[0,0.5],[1,0.5]];portConstraint=eastwest;top=0;left=0;right=0;bottom=0;" vertex="1">
          <mxGeometry height="30" width="180" y="150" as="geometry" />
        </mxCell>
        <mxCell id="jeW91b3SFmuc4ZiNpk8l-70" parent="jeW91b3SFmuc4ZiNpk8l-69" style="shape=partialRectangle;connectable=0;fillColor=none;top=0;left=0;bottom=0;right=0;editable=1;overflow=hidden;whiteSpace=wrap;html=1;" vertex="1">
          <mxGeometry height="30" width="30" as="geometry">
            <mxRectangle height="30" width="30" as="alternateBounds" />
          </mxGeometry>
        </mxCell>
        <mxCell id="jeW91b3SFmuc4ZiNpk8l-71" parent="jeW91b3SFmuc4ZiNpk8l-69" style="shape=partialRectangle;connectable=0;fillColor=none;top=0;left=0;bottom=0;right=0;align=left;spacingLeft=6;overflow=hidden;whiteSpace=wrap;html=1;" value="iso_code" vertex="1">
          <mxGeometry height="30" width="150" x="30" as="geometry">
            <mxRectangle height="30" width="150" as="alternateBounds" />
          </mxGeometry>
        </mxCell>
        <mxCell id="jeW91b3SFmuc4ZiNpk8l-66" parent="jeW91b3SFmuc4ZiNpk8l-53" style="shape=tableRow;horizontal=0;startSize=0;swimlaneHead=0;swimlaneBody=0;fillColor=none;collapsible=0;dropTarget=0;points=[[0,0.5],[1,0.5]];portConstraint=eastwest;top=0;left=0;right=0;bottom=0;" vertex="1">
          <mxGeometry height="30" width="180" y="180" as="geometry" />
        </mxCell>
        <mxCell id="jeW91b3SFmuc4ZiNpk8l-67" parent="jeW91b3SFmuc4ZiNpk8l-66" style="shape=partialRectangle;connectable=0;fillColor=none;top=0;left=0;bottom=0;right=0;editable=1;overflow=hidden;whiteSpace=wrap;html=1;" vertex="1">
          <mxGeometry height="30" width="30" as="geometry">
            <mxRectangle height="30" width="30" as="alternateBounds" />
          </mxGeometry>
        </mxCell>
        <mxCell id="jeW91b3SFmuc4ZiNpk8l-68" parent="jeW91b3SFmuc4ZiNpk8l-66" style="shape=partialRectangle;connectable=0;fillColor=none;top=0;left=0;bottom=0;right=0;align=left;spacingLeft=6;overflow=hidden;whiteSpace=wrap;html=1;" value="status" vertex="1">
          <mxGeometry height="30" width="150" x="30" as="geometry">
            <mxRectangle height="30" width="150" as="alternateBounds" />
          </mxGeometry>
        </mxCell>
        <mxCell id="jeW91b3SFmuc4ZiNpk8l-75" parent="1" style="shape=table;startSize=30;container=1;collapsible=1;childLayout=tableLayout;fixedRows=1;rowLines=0;fontStyle=1;align=center;resizeLast=1;html=1;fillColor=#97D077;" value="genders" vertex="1">
          <mxGeometry height="120" width="180" x="840" y="358" as="geometry" />
        </mxCell>
        <mxCell id="jeW91b3SFmuc4ZiNpk8l-76" parent="jeW91b3SFmuc4ZiNpk8l-75" style="shape=tableRow;horizontal=0;startSize=0;swimlaneHead=0;swimlaneBody=0;fillColor=none;collapsible=0;dropTarget=0;points=[[0,0.5],[1,0.5]];portConstraint=eastwest;top=0;left=0;right=0;bottom=1;" value="" vertex="1">
          <mxGeometry height="30" width="180" y="30" as="geometry" />
        </mxCell>
        <mxCell id="jeW91b3SFmuc4ZiNpk8l-77" parent="jeW91b3SFmuc4ZiNpk8l-76" style="shape=partialRectangle;connectable=0;fillColor=none;top=0;left=0;bottom=0;right=0;fontStyle=1;overflow=hidden;whiteSpace=wrap;html=1;" value="PK" vertex="1">
          <mxGeometry height="30" width="30" as="geometry">
            <mxRectangle height="30" width="30" as="alternateBounds" />
          </mxGeometry>
        </mxCell>
        <mxCell id="jeW91b3SFmuc4ZiNpk8l-78" parent="jeW91b3SFmuc4ZiNpk8l-76" style="shape=partialRectangle;connectable=0;fillColor=none;top=0;left=0;bottom=0;right=0;align=left;spacingLeft=6;fontStyle=5;overflow=hidden;whiteSpace=wrap;html=1;" value="id" vertex="1">
          <mxGeometry height="30" width="150" x="30" as="geometry">
            <mxRectangle height="30" width="150" as="alternateBounds" />
          </mxGeometry>
        </mxCell>
        <mxCell id="jeW91b3SFmuc4ZiNpk8l-79" parent="jeW91b3SFmuc4ZiNpk8l-75" style="shape=tableRow;horizontal=0;startSize=0;swimlaneHead=0;swimlaneBody=0;fillColor=none;collapsible=0;dropTarget=0;points=[[0,0.5],[1,0.5]];portConstraint=eastwest;top=0;left=0;right=0;bottom=0;" value="" vertex="1">
          <mxGeometry height="30" width="180" y="60" as="geometry" />
        </mxCell>
        <mxCell id="jeW91b3SFmuc4ZiNpk8l-80" parent="jeW91b3SFmuc4ZiNpk8l-79" style="shape=partialRectangle;connectable=0;fillColor=none;top=0;left=0;bottom=0;right=0;editable=1;overflow=hidden;whiteSpace=wrap;html=1;" value="" vertex="1">
          <mxGeometry height="30" width="30" as="geometry">
            <mxRectangle height="30" width="30" as="alternateBounds" />
          </mxGeometry>
        </mxCell>
        <mxCell id="jeW91b3SFmuc4ZiNpk8l-81" parent="jeW91b3SFmuc4ZiNpk8l-79" style="shape=partialRectangle;connectable=0;fillColor=none;top=0;left=0;bottom=0;right=0;align=left;spacingLeft=6;overflow=hidden;whiteSpace=wrap;html=1;" value="name" vertex="1">
          <mxGeometry height="30" width="150" x="30" as="geometry">
            <mxRectangle height="30" width="150" as="alternateBounds" />
          </mxGeometry>
        </mxCell>
        <mxCell id="jeW91b3SFmuc4ZiNpk8l-82" parent="jeW91b3SFmuc4ZiNpk8l-75" style="shape=tableRow;horizontal=0;startSize=0;swimlaneHead=0;swimlaneBody=0;fillColor=none;collapsible=0;dropTarget=0;points=[[0,0.5],[1,0.5]];portConstraint=eastwest;top=0;left=0;right=0;bottom=0;" value="" vertex="1">
          <mxGeometry height="30" width="180" y="90" as="geometry" />
        </mxCell>
        <mxCell id="jeW91b3SFmuc4ZiNpk8l-83" parent="jeW91b3SFmuc4ZiNpk8l-82" style="shape=partialRectangle;connectable=0;fillColor=none;top=0;left=0;bottom=0;right=0;editable=1;overflow=hidden;whiteSpace=wrap;html=1;" value="" vertex="1">
          <mxGeometry height="30" width="30" as="geometry">
            <mxRectangle height="30" width="30" as="alternateBounds" />
          </mxGeometry>
        </mxCell>
        <mxCell id="jeW91b3SFmuc4ZiNpk8l-84" parent="jeW91b3SFmuc4ZiNpk8l-82" style="shape=partialRectangle;connectable=0;fillColor=none;top=0;left=0;bottom=0;right=0;align=left;spacingLeft=6;overflow=hidden;whiteSpace=wrap;html=1;" value="status" vertex="1">
          <mxGeometry height="30" width="150" x="30" as="geometry">
            <mxRectangle height="30" width="150" as="alternateBounds" />
          </mxGeometry>
        </mxCell>
        <mxCell id="jeW91b3SFmuc4ZiNpk8l-107" parent="1" style="shape=table;startSize=30;container=1;collapsible=1;childLayout=tableLayout;fixedRows=1;rowLines=0;fontStyle=1;align=center;resizeLast=1;html=1;fillColor=#A9C4EB;" value="indicator_category_details" vertex="1">
          <mxGeometry height="300" width="180" x="560" y="200" as="geometry" />
        </mxCell>
        <mxCell id="jeW91b3SFmuc4ZiNpk8l-108" parent="jeW91b3SFmuc4ZiNpk8l-107" style="shape=tableRow;horizontal=0;startSize=0;swimlaneHead=0;swimlaneBody=0;fillColor=none;collapsible=0;dropTarget=0;points=[[0,0.5],[1,0.5]];portConstraint=eastwest;top=0;left=0;right=0;bottom=1;" value="" vertex="1">
          <mxGeometry height="30" width="180" y="30" as="geometry" />
        </mxCell>
        <mxCell id="jeW91b3SFmuc4ZiNpk8l-109" parent="jeW91b3SFmuc4ZiNpk8l-108" style="shape=partialRectangle;connectable=0;fillColor=none;top=0;left=0;bottom=0;right=0;fontStyle=1;overflow=hidden;whiteSpace=wrap;html=1;" value="PK" vertex="1">
          <mxGeometry height="30" width="30" as="geometry">
            <mxRectangle height="30" width="30" as="alternateBounds" />
          </mxGeometry>
        </mxCell>
        <mxCell id="jeW91b3SFmuc4ZiNpk8l-110" parent="jeW91b3SFmuc4ZiNpk8l-108" style="shape=partialRectangle;connectable=0;fillColor=none;top=0;left=0;bottom=0;right=0;align=left;spacingLeft=6;fontStyle=5;overflow=hidden;whiteSpace=wrap;html=1;" value="id" vertex="1">
          <mxGeometry height="30" width="150" x="30" as="geometry">
            <mxRectangle height="30" width="150" as="alternateBounds" />
          </mxGeometry>
        </mxCell>
        <mxCell id="jeW91b3SFmuc4ZiNpk8l-111" parent="jeW91b3SFmuc4ZiNpk8l-107" style="shape=tableRow;horizontal=0;startSize=0;swimlaneHead=0;swimlaneBody=0;fillColor=none;collapsible=0;dropTarget=0;points=[[0,0.5],[1,0.5]];portConstraint=eastwest;top=0;left=0;right=0;bottom=0;" value="" vertex="1">
          <mxGeometry height="30" width="180" y="60" as="geometry" />
        </mxCell>
        <mxCell id="jeW91b3SFmuc4ZiNpk8l-112" parent="jeW91b3SFmuc4ZiNpk8l-111" style="shape=partialRectangle;connectable=0;fillColor=none;top=0;left=0;bottom=0;right=0;editable=1;overflow=hidden;whiteSpace=wrap;html=1;" value="&lt;b&gt;FK&lt;/b&gt;" vertex="1">
          <mxGeometry height="30" width="30" as="geometry">
            <mxRectangle height="30" width="30" as="alternateBounds" />
          </mxGeometry>
        </mxCell>
        <mxCell id="jeW91b3SFmuc4ZiNpk8l-113" parent="jeW91b3SFmuc4ZiNpk8l-111" style="shape=partialRectangle;connectable=0;fillColor=none;top=0;left=0;bottom=0;right=0;align=left;spacingLeft=6;overflow=hidden;whiteSpace=wrap;html=1;" value="category_id" vertex="1">
          <mxGeometry height="30" width="150" x="30" as="geometry">
            <mxRectangle height="30" width="150" as="alternateBounds" />
          </mxGeometry>
        </mxCell>
        <mxCell id="jeW91b3SFmuc4ZiNpk8l-114" parent="jeW91b3SFmuc4ZiNpk8l-107" style="shape=tableRow;horizontal=0;startSize=0;swimlaneHead=0;swimlaneBody=0;fillColor=none;collapsible=0;dropTarget=0;points=[[0,0.5],[1,0.5]];portConstraint=eastwest;top=0;left=0;right=0;bottom=0;" value="" vertex="1">
          <mxGeometry height="30" width="180" y="90" as="geometry" />
        </mxCell>
        <mxCell id="jeW91b3SFmuc4ZiNpk8l-115" parent="jeW91b3SFmuc4ZiNpk8l-114" style="shape=partialRectangle;connectable=0;fillColor=none;top=0;left=0;bottom=0;right=0;editable=1;overflow=hidden;whiteSpace=wrap;html=1;" value="FK" vertex="1">
          <mxGeometry height="30" width="30" as="geometry">
            <mxRectangle height="30" width="30" as="alternateBounds" />
          </mxGeometry>
        </mxCell>
        <mxCell id="jeW91b3SFmuc4ZiNpk8l-116" parent="jeW91b3SFmuc4ZiNpk8l-114" style="shape=partialRectangle;connectable=0;fillColor=none;top=0;left=0;bottom=0;right=0;align=left;spacingLeft=6;overflow=hidden;whiteSpace=wrap;html=1;" value="year_id&amp;nbsp;" vertex="1">
          <mxGeometry height="30" width="150" x="30" as="geometry">
            <mxRectangle height="30" width="150" as="alternateBounds" />
          </mxGeometry>
        </mxCell>
        <mxCell id="jeW91b3SFmuc4ZiNpk8l-117" parent="jeW91b3SFmuc4ZiNpk8l-107" style="shape=tableRow;horizontal=0;startSize=0;swimlaneHead=0;swimlaneBody=0;fillColor=none;collapsible=0;dropTarget=0;points=[[0,0.5],[1,0.5]];portConstraint=eastwest;top=0;left=0;right=0;bottom=0;" value="" vertex="1">
          <mxGeometry height="30" width="180" y="120" as="geometry" />
        </mxCell>
        <mxCell id="jeW91b3SFmuc4ZiNpk8l-118" parent="jeW91b3SFmuc4ZiNpk8l-117" style="shape=partialRectangle;connectable=0;fillColor=none;top=0;left=0;bottom=0;right=0;editable=1;overflow=hidden;whiteSpace=wrap;html=1;" value="FK" vertex="1">
          <mxGeometry height="30" width="30" as="geometry">
            <mxRectangle height="30" width="30" as="alternateBounds" />
          </mxGeometry>
        </mxCell>
        <mxCell id="jeW91b3SFmuc4ZiNpk8l-119" parent="jeW91b3SFmuc4ZiNpk8l-117" style="shape=partialRectangle;connectable=0;fillColor=none;top=0;left=0;bottom=0;right=0;align=left;spacingLeft=6;overflow=hidden;whiteSpace=wrap;html=1;" value="gender_id" vertex="1">
          <mxGeometry height="30" width="150" x="30" as="geometry">
            <mxRectangle height="30" width="150" as="alternateBounds" />
          </mxGeometry>
        </mxCell>
        <mxCell id="jeW91b3SFmuc4ZiNpk8l-123" parent="jeW91b3SFmuc4ZiNpk8l-107" style="shape=tableRow;horizontal=0;startSize=0;swimlaneHead=0;swimlaneBody=0;fillColor=none;collapsible=0;dropTarget=0;points=[[0,0.5],[1,0.5]];portConstraint=eastwest;top=0;left=0;right=0;bottom=0;" vertex="1">
          <mxGeometry height="30" width="180" y="150" as="geometry" />
        </mxCell>
        <mxCell id="jeW91b3SFmuc4ZiNpk8l-124" parent="jeW91b3SFmuc4ZiNpk8l-123" style="shape=partialRectangle;connectable=0;fillColor=none;top=0;left=0;bottom=0;right=0;editable=1;overflow=hidden;whiteSpace=wrap;html=1;" value="FK" vertex="1">
          <mxGeometry height="30" width="30" as="geometry">
            <mxRectangle height="30" width="30" as="alternateBounds" />
          </mxGeometry>
        </mxCell>
        <mxCell id="jeW91b3SFmuc4ZiNpk8l-125" parent="jeW91b3SFmuc4ZiNpk8l-123" style="shape=partialRectangle;connectable=0;fillColor=none;top=0;left=0;bottom=0;right=0;align=left;spacingLeft=6;overflow=hidden;whiteSpace=wrap;html=1;" value="&lt;font style=&quot;color: rgb(14, 8, 3);&quot;&gt;center_id&lt;/font&gt;" vertex="1">
          <mxGeometry height="30" width="150" x="30" as="geometry">
            <mxRectangle height="30" width="150" as="alternateBounds" />
          </mxGeometry>
        </mxCell>
        <mxCell id="eJO3lzlzhUtox_iWpBCm-4" parent="jeW91b3SFmuc4ZiNpk8l-107" style="shape=tableRow;horizontal=0;startSize=0;swimlaneHead=0;swimlaneBody=0;fillColor=none;collapsible=0;dropTarget=0;points=[[0,0.5],[1,0.5]];portConstraint=eastwest;top=0;left=0;right=0;bottom=0;" vertex="1">
          <mxGeometry height="30" width="180" y="180" as="geometry" />
        </mxCell>
        <mxCell id="eJO3lzlzhUtox_iWpBCm-5" parent="eJO3lzlzhUtox_iWpBCm-4" style="shape=partialRectangle;connectable=0;fillColor=none;top=0;left=0;bottom=0;right=0;editable=1;overflow=hidden;whiteSpace=wrap;html=1;" value="FK" vertex="1">
          <mxGeometry height="30" width="30" as="geometry">
            <mxRectangle height="30" width="30" as="alternateBounds" />
          </mxGeometry>
        </mxCell>
        <mxCell id="eJO3lzlzhUtox_iWpBCm-6" parent="eJO3lzlzhUtox_iWpBCm-4" style="shape=partialRectangle;connectable=0;fillColor=none;top=0;left=0;bottom=0;right=0;align=left;spacingLeft=6;overflow=hidden;whiteSpace=wrap;html=1;" value="state_id" vertex="1">
          <mxGeometry height="30" width="150" x="30" as="geometry">
            <mxRectangle height="30" width="150" as="alternateBounds" />
          </mxGeometry>
        </mxCell>
        <mxCell id="jeW91b3SFmuc4ZiNpk8l-120" parent="jeW91b3SFmuc4ZiNpk8l-107" style="shape=tableRow;horizontal=0;startSize=0;swimlaneHead=0;swimlaneBody=0;fillColor=none;collapsible=0;dropTarget=0;points=[[0,0.5],[1,0.5]];portConstraint=eastwest;top=0;left=0;right=0;bottom=0;" vertex="1">
          <mxGeometry height="30" width="180" y="210" as="geometry" />
        </mxCell>
        <mxCell id="jeW91b3SFmuc4ZiNpk8l-121" parent="jeW91b3SFmuc4ZiNpk8l-120" style="shape=partialRectangle;connectable=0;fillColor=none;top=0;left=0;bottom=0;right=0;editable=1;overflow=hidden;whiteSpace=wrap;html=1;" vertex="1">
          <mxGeometry height="30" width="30" as="geometry">
            <mxRectangle height="30" width="30" as="alternateBounds" />
          </mxGeometry>
        </mxCell>
        <mxCell id="jeW91b3SFmuc4ZiNpk8l-122" parent="jeW91b3SFmuc4ZiNpk8l-120" style="shape=partialRectangle;connectable=0;fillColor=none;top=0;left=0;bottom=0;right=0;align=left;spacingLeft=6;overflow=hidden;whiteSpace=wrap;html=1;" value="PI" vertex="1">
          <mxGeometry height="30" width="150" x="30" as="geometry">
            <mxRectangle height="30" width="150" as="alternateBounds" />
          </mxGeometry>
        </mxCell>
        <mxCell id="Giu9duhrMgHUsp725i_l-34" parent="jeW91b3SFmuc4ZiNpk8l-107" style="shape=tableRow;horizontal=0;startSize=0;swimlaneHead=0;swimlaneBody=0;fillColor=none;collapsible=0;dropTarget=0;points=[[0,0.5],[1,0.5]];portConstraint=eastwest;top=0;left=0;right=0;bottom=0;" vertex="1">
          <mxGeometry height="30" width="180" y="240" as="geometry" />
        </mxCell>
        <mxCell id="Giu9duhrMgHUsp725i_l-35" parent="Giu9duhrMgHUsp725i_l-34" style="shape=partialRectangle;connectable=0;fillColor=none;top=0;left=0;bottom=0;right=0;editable=1;overflow=hidden;whiteSpace=wrap;html=1;" vertex="1">
          <mxGeometry height="30" width="30" as="geometry">
            <mxRectangle height="30" width="30" as="alternateBounds" />
          </mxGeometry>
        </mxCell>
        <mxCell id="Giu9duhrMgHUsp725i_l-36" parent="Giu9duhrMgHUsp725i_l-34" style="shape=partialRectangle;connectable=0;fillColor=none;top=0;left=0;bottom=0;right=0;align=left;spacingLeft=6;overflow=hidden;whiteSpace=wrap;html=1;" value="PS" vertex="1">
          <mxGeometry height="30" width="150" x="30" as="geometry">
            <mxRectangle height="30" width="150" as="alternateBounds" />
          </mxGeometry>
        </mxCell>
        <mxCell id="jeW91b3SFmuc4ZiNpk8l-126" parent="jeW91b3SFmuc4ZiNpk8l-107" style="shape=tableRow;horizontal=0;startSize=0;swimlaneHead=0;swimlaneBody=0;fillColor=none;collapsible=0;dropTarget=0;points=[[0,0.5],[1,0.5]];portConstraint=eastwest;top=0;left=0;right=0;bottom=0;" vertex="1">
          <mxGeometry height="30" width="180" y="270" as="geometry" />
        </mxCell>
        <mxCell id="jeW91b3SFmuc4ZiNpk8l-127" parent="jeW91b3SFmuc4ZiNpk8l-126" style="shape=partialRectangle;connectable=0;fillColor=none;top=0;left=0;bottom=0;right=0;editable=1;overflow=hidden;whiteSpace=wrap;html=1;" vertex="1">
          <mxGeometry height="30" width="30" as="geometry">
            <mxRectangle height="30" width="30" as="alternateBounds" />
          </mxGeometry>
        </mxCell>
        <mxCell id="jeW91b3SFmuc4ZiNpk8l-128" parent="jeW91b3SFmuc4ZiNpk8l-126" style="shape=partialRectangle;connectable=0;fillColor=none;top=0;left=0;bottom=0;right=0;align=left;spacingLeft=6;overflow=hidden;whiteSpace=wrap;html=1;" value="status" vertex="1">
          <mxGeometry height="30" width="150" x="30" as="geometry">
            <mxRectangle height="30" width="150" as="alternateBounds" />
          </mxGeometry>
        </mxCell>
        <mxCell id="jeW91b3SFmuc4ZiNpk8l-129" edge="1" parent="1" source="jeW91b3SFmuc4ZiNpk8l-41" style="edgeStyle=entityRelationEdgeStyle;fontSize=12;html=1;endArrow=ERoneToMany;rounded=0;" target="jeW91b3SFmuc4ZiNpk8l-57" value="">
          <mxGeometry height="100" relative="1" width="100" as="geometry">
            <mxPoint x="-30" y="458" as="sourcePoint" />
            <mxPoint x="70" y="358" as="targetPoint" />
          </mxGeometry>
        </mxCell>
        <mxCell id="jeW91b3SFmuc4ZiNpk8l-130" edge="1" parent="1" source="jeW91b3SFmuc4ZiNpk8l-54" style="edgeStyle=entityRelationEdgeStyle;fontSize=12;html=1;endArrow=ERoneToMany;rounded=0;" target="jeW91b3SFmuc4ZiNpk8l-31" value="">
          <mxGeometry height="100" relative="1" width="100" as="geometry">
            <mxPoint x="310" y="658" as="sourcePoint" />
            <mxPoint x="410" y="558" as="targetPoint" />
          </mxGeometry>
        </mxCell>
        <mxCell id="jeW91b3SFmuc4ZiNpk8l-132" edge="1" parent="1" source="Giu9duhrMgHUsp725i_l-2" style="edgeStyle=entityRelationEdgeStyle;fontSize=12;html=1;endArrow=ERoneToMany;rounded=0;" target="jeW91b3SFmuc4ZiNpk8l-111" value="">
          <mxGeometry height="100" relative="1" width="100" as="geometry">
            <mxPoint x="360" y="308" as="sourcePoint" />
            <mxPoint x="460" y="208" as="targetPoint" />
          </mxGeometry>
        </mxCell>
        <mxCell id="jeW91b3SFmuc4ZiNpk8l-134" edge="1" parent="1" source="jeW91b3SFmuc4ZiNpk8l-2" style="edgeStyle=entityRelationEdgeStyle;fontSize=12;html=1;endArrow=ERoneToMany;rounded=0;" target="jeW91b3SFmuc4ZiNpk8l-114" value="">
          <mxGeometry height="100" relative="1" width="100" as="geometry">
            <mxPoint x="360" y="388" as="sourcePoint" />
            <mxPoint x="460" y="288" as="targetPoint" />
          </mxGeometry>
        </mxCell>
        <mxCell id="jeW91b3SFmuc4ZiNpk8l-135" edge="1" parent="1" source="jeW91b3SFmuc4ZiNpk8l-76" style="edgeStyle=entityRelationEdgeStyle;fontSize=12;html=1;endArrow=ERoneToMany;rounded=0;" target="jeW91b3SFmuc4ZiNpk8l-117" value="">
          <mxGeometry height="100" relative="1" width="100" as="geometry">
            <mxPoint x="360" y="588" as="sourcePoint" />
            <mxPoint x="460" y="488" as="targetPoint" />
          </mxGeometry>
        </mxCell>
        <mxCell id="6sR2e17n_Q9-mfU13Qc0-4" edge="1" parent="1" source="jeW91b3SFmuc4ZiNpk8l-54" style="edgeStyle=entityRelationEdgeStyle;fontSize=12;html=1;endArrow=ERoneToMany;rounded=0;" target="eJO3lzlzhUtox_iWpBCm-4" value="">
          <mxGeometry height="100" relative="1" width="100" as="geometry">
            <mxPoint x="1060" y="588" as="sourcePoint" />
            <mxPoint x="850" y="609" as="targetPoint" />
          </mxGeometry>
        </mxCell>
-         <mxCell id="eJO3lzlzhUtox_iWpBCm-8" edge="1" parent="1" source="jeW91b3SFmuc4ZiNpk8l-28" style="edgeStyle=entityRelationEdgeStyle;fontSize=12;html=1;endArrow=ERzeroToMany;endFill=1;rounded=0;" target="Giu9duhrMgHUsp725i_l-31" value="">
+         <mxCell id="eJO3lzlzhUtox_iWpBCm-8" edge="1" parent="1" source="jeW91b3SFmuc4ZiNpk8l-28" style="edgeStyle=entityRelationEdgeStyle;fontSize=12;html=1;endArrow=ERzeroToMany;endFill=1;rounded=0;" target="jeW91b3SFmuc4ZiNpk8l-123" value="">
          <mxGeometry height="100" relative="1" width="100" as="geometry">
            <mxPoint x="610" y="558" as="sourcePoint" />
            <mxPoint x="710" y="458" as="targetPoint" />
          </mxGeometry>
        </mxCell>
        <mxCell id="Giu9duhrMgHUsp725i_l-1" parent="1" style="shape=table;startSize=30;container=1;collapsible=1;childLayout=tableLayout;fixedRows=1;rowLines=0;fontStyle=1;align=center;resizeLast=1;html=1;shadow=0;fillColor=#97D077;" value="indicator_categories" vertex="1">
          <mxGeometry height="300" width="180" x="280" y="200" as="geometry" />
        </mxCell>
        <mxCell id="Giu9duhrMgHUsp725i_l-2" parent="Giu9duhrMgHUsp725i_l-1" style="shape=tableRow;horizontal=0;startSize=0;swimlaneHead=0;swimlaneBody=0;fillColor=none;collapsible=0;dropTarget=0;points=[[0,0.5],[1,0.5]];portConstraint=eastwest;top=0;left=0;right=0;bottom=1;" value="" vertex="1">
          <mxGeometry height="30" width="180" y="30" as="geometry" />
        </mxCell>
        <mxCell id="Giu9duhrMgHUsp725i_l-3" parent="Giu9duhrMgHUsp725i_l-2" style="shape=partialRectangle;connectable=0;fillColor=none;top=0;left=0;bottom=0;right=0;fontStyle=1;overflow=hidden;whiteSpace=wrap;html=1;" value="PK" vertex="1">
          <mxGeometry height="30" width="30" as="geometry">
            <mxRectangle height="30" width="30" as="alternateBounds" />
          </mxGeometry>
        </mxCell>
        <mxCell id="Giu9duhrMgHUsp725i_l-4" parent="Giu9duhrMgHUsp725i_l-2" style="shape=partialRectangle;connectable=0;fillColor=none;top=0;left=0;bottom=0;right=0;align=left;spacingLeft=6;fontStyle=5;overflow=hidden;whiteSpace=wrap;html=1;" value="id" vertex="1">
          <mxGeometry height="30" width="150" x="30" as="geometry">
            <mxRectangle height="30" width="150" as="alternateBounds" />
          </mxGeometry>
        </mxCell>
        <mxCell id="Giu9duhrMgHUsp725i_l-5" parent="Giu9duhrMgHUsp725i_l-1" style="shape=tableRow;horizontal=0;startSize=0;swimlaneHead=0;swimlaneBody=0;fillColor=none;collapsible=0;dropTarget=0;points=[[0,0.5],[1,0.5]];portConstraint=eastwest;top=0;left=0;right=0;bottom=0;" value="" vertex="1">
          <mxGeometry height="30" width="180" y="60" as="geometry" />
        </mxCell>
        <mxCell id="Giu9duhrMgHUsp725i_l-6" parent="Giu9duhrMgHUsp725i_l-5" style="shape=partialRectangle;connectable=0;fillColor=none;top=0;left=0;bottom=0;right=0;editable=1;overflow=hidden;whiteSpace=wrap;html=1;" value="&lt;b&gt;FK&lt;/b&gt;" vertex="1">
          <mxGeometry height="30" width="30" as="geometry">
            <mxRectangle height="30" width="30" as="alternateBounds" />
          </mxGeometry>
        </mxCell>
        <mxCell id="Giu9duhrMgHUsp725i_l-7" parent="Giu9duhrMgHUsp725i_l-5" style="shape=partialRectangle;connectable=0;fillColor=none;top=0;left=0;bottom=0;right=0;align=left;spacingLeft=6;overflow=hidden;whiteSpace=wrap;html=1;" value="indicator_id" vertex="1">
          <mxGeometry height="30" width="150" x="30" as="geometry">
            <mxRectangle height="30" width="150" as="alternateBounds" />
          </mxGeometry>
        </mxCell>
        <mxCell id="Giu9duhrMgHUsp725i_l-8" parent="Giu9duhrMgHUsp725i_l-1" style="shape=tableRow;horizontal=0;startSize=0;swimlaneHead=0;swimlaneBody=0;fillColor=none;collapsible=0;dropTarget=0;points=[[0,0.5],[1,0.5]];portConstraint=eastwest;top=0;left=0;right=0;bottom=0;" value="" vertex="1">
          <mxGeometry height="30" width="180" y="90" as="geometry" />
        </mxCell>
        <mxCell id="Giu9duhrMgHUsp725i_l-9" parent="Giu9duhrMgHUsp725i_l-8" style="shape=partialRectangle;connectable=0;fillColor=none;top=0;left=0;bottom=0;right=0;editable=1;overflow=hidden;whiteSpace=wrap;html=1;" value="&lt;b&gt;FK&lt;/b&gt;" vertex="1">
          <mxGeometry height="30" width="30" as="geometry">
            <mxRectangle height="30" width="30" as="alternateBounds" />
          </mxGeometry>
        </mxCell>
        <mxCell id="Giu9duhrMgHUsp725i_l-10" parent="Giu9duhrMgHUsp725i_l-8" style="shape=partialRectangle;connectable=0;fillColor=none;top=0;left=0;bottom=0;right=0;align=left;spacingLeft=6;overflow=hidden;whiteSpace=wrap;html=1;" value="parent_id&amp;nbsp;" vertex="1">
          <mxGeometry height="30" width="150" x="30" as="geometry">
            <mxRectangle height="30" width="150" as="alternateBounds" />
          </mxGeometry>
        </mxCell>
        <mxCell id="Giu9duhrMgHUsp725i_l-11" parent="Giu9duhrMgHUsp725i_l-1" style="shape=tableRow;horizontal=0;startSize=0;swimlaneHead=0;swimlaneBody=0;fillColor=none;collapsible=0;dropTarget=0;points=[[0,0.5],[1,0.5]];portConstraint=eastwest;top=0;left=0;right=0;bottom=0;" value="" vertex="1">
          <mxGeometry height="30" width="180" y="120" as="geometry" />
        </mxCell>
        <mxCell id="Giu9duhrMgHUsp725i_l-12" parent="Giu9duhrMgHUsp725i_l-11" style="shape=partialRectangle;connectable=0;fillColor=none;top=0;left=0;bottom=0;right=0;editable=1;overflow=hidden;whiteSpace=wrap;html=1;" value="" vertex="1">
          <mxGeometry height="30" width="30" as="geometry">
            <mxRectangle height="30" width="30" as="alternateBounds" />
          </mxGeometry>
        </mxCell>
        <mxCell id="Giu9duhrMgHUsp725i_l-13" parent="Giu9duhrMgHUsp725i_l-11" style="shape=partialRectangle;connectable=0;fillColor=none;top=0;left=0;bottom=0;right=0;align=left;spacingLeft=6;overflow=hidden;whiteSpace=wrap;html=1;" value="name" vertex="1">
          <mxGeometry height="30" width="150" x="30" as="geometry">
            <mxRectangle height="30" width="150" as="alternateBounds" />
          </mxGeometry>
        </mxCell>
        <mxCell id="Giu9duhrMgHUsp725i_l-26" parent="Giu9duhrMgHUsp725i_l-1" style="shape=tableRow;horizontal=0;startSize=0;swimlaneHead=0;swimlaneBody=0;fillColor=none;collapsible=0;dropTarget=0;points=[[0,0.5],[1,0.5]];portConstraint=eastwest;top=0;left=0;right=0;bottom=0;" vertex="1">
          <mxGeometry height="30" width="180" y="150" as="geometry" />
        </mxCell>
        <mxCell id="Giu9duhrMgHUsp725i_l-27" parent="Giu9duhrMgHUsp725i_l-26" style="shape=partialRectangle;connectable=0;fillColor=none;top=0;left=0;bottom=0;right=0;editable=1;overflow=hidden;whiteSpace=wrap;html=1;" vertex="1">
          <mxGeometry height="30" width="30" as="geometry">
            <mxRectangle height="30" width="30" as="alternateBounds" />
          </mxGeometry>
        </mxCell>
        <mxCell id="Giu9duhrMgHUsp725i_l-28" parent="Giu9duhrMgHUsp725i_l-26" style="shape=partialRectangle;connectable=0;fillColor=none;top=0;left=0;bottom=0;right=0;align=left;spacingLeft=6;overflow=hidden;whiteSpace=wrap;html=1;" value="level" vertex="1">
          <mxGeometry height="30" width="150" x="30" as="geometry">
            <mxRectangle height="30" width="150" as="alternateBounds" />
          </mxGeometry>
        </mxCell>
        <mxCell id="Giu9duhrMgHUsp725i_l-23" parent="Giu9duhrMgHUsp725i_l-1" style="shape=tableRow;horizontal=0;startSize=0;swimlaneHead=0;swimlaneBody=0;fillColor=none;collapsible=0;dropTarget=0;points=[[0,0.5],[1,0.5]];portConstraint=eastwest;top=0;left=0;right=0;bottom=0;" vertex="1">
          <mxGeometry height="30" width="180" y="180" as="geometry" />
        </mxCell>
        <mxCell id="Giu9duhrMgHUsp725i_l-24" parent="Giu9duhrMgHUsp725i_l-23" style="shape=partialRectangle;connectable=0;fillColor=none;top=0;left=0;bottom=0;right=0;editable=1;overflow=hidden;whiteSpace=wrap;html=1;" vertex="1">
          <mxGeometry height="30" width="30" as="geometry">
            <mxRectangle height="30" width="30" as="alternateBounds" />
          </mxGeometry>
        </mxCell>
        <mxCell id="Giu9duhrMgHUsp725i_l-25" parent="Giu9duhrMgHUsp725i_l-23" style="shape=partialRectangle;connectable=0;fillColor=none;top=0;left=0;bottom=0;right=0;align=left;spacingLeft=6;overflow=hidden;whiteSpace=wrap;html=1;" value="sort_order" vertex="1">
          <mxGeometry height="30" width="150" x="30" as="geometry">
            <mxRectangle height="30" width="150" as="alternateBounds" />
          </mxGeometry>
        </mxCell>
        <mxCell id="Giu9duhrMgHUsp725i_l-20" parent="Giu9duhrMgHUsp725i_l-1" style="shape=tableRow;horizontal=0;startSize=0;swimlaneHead=0;swimlaneBody=0;fillColor=none;collapsible=0;dropTarget=0;points=[[0,0.5],[1,0.5]];portConstraint=eastwest;top=0;left=0;right=0;bottom=0;" vertex="1">
          <mxGeometry height="30" width="180" y="210" as="geometry" />
        </mxCell>
        <mxCell id="Giu9duhrMgHUsp725i_l-21" parent="Giu9duhrMgHUsp725i_l-20" style="shape=partialRectangle;connectable=0;fillColor=none;top=0;left=0;bottom=0;right=0;editable=1;overflow=hidden;whiteSpace=wrap;html=1;" vertex="1">
          <mxGeometry height="30" width="30" as="geometry">
            <mxRectangle height="30" width="30" as="alternateBounds" />
          </mxGeometry>
        </mxCell>
        <mxCell id="Giu9duhrMgHUsp725i_l-22" parent="Giu9duhrMgHUsp725i_l-20" style="shape=partialRectangle;connectable=0;fillColor=none;top=0;left=0;bottom=0;right=0;align=left;spacingLeft=6;overflow=hidden;whiteSpace=wrap;html=1;" value="status" vertex="1">
          <mxGeometry height="30" width="150" x="30" as="geometry">
            <mxRectangle height="30" width="150" as="alternateBounds" />
          </mxGeometry>
        </mxCell>
        <mxCell id="Giu9duhrMgHUsp725i_l-31" parent="Giu9duhrMgHUsp725i_l-1" style="shape=tableRow;horizontal=0;startSize=0;swimlaneHead=0;swimlaneBody=0;fillColor=none;collapsible=0;dropTarget=0;points=[[0,0.5],[1,0.5]];portConstraint=eastwest;top=0;left=0;right=0;bottom=0;" vertex="1">
          <mxGeometry height="30" width="180" y="240" as="geometry" />
        </mxCell>
        <mxCell id="Giu9duhrMgHUsp725i_l-32" parent="Giu9duhrMgHUsp725i_l-31" style="shape=partialRectangle;connectable=0;fillColor=none;top=0;left=0;bottom=0;right=0;editable=1;overflow=hidden;whiteSpace=wrap;html=1;" vertex="1">
          <mxGeometry height="30" width="30" as="geometry">
            <mxRectangle height="30" width="30" as="alternateBounds" />
          </mxGeometry>
        </mxCell>
-         <mxCell id="Giu9duhrMgHUsp725i_l-33" parent="Giu9duhrMgHUsp725i_l-31" style="shape=partialRectangle;connectable=0;fillColor=none;top=0;left=0;bottom=0;right=0;align=left;spacingLeft=6;overflow=hidden;whiteSpace=wrap;html=1;" value="center_id" vertex="1">
+         <mxCell id="Giu9duhrMgHUsp725i_l-33" parent="Giu9duhrMgHUsp725i_l-31" style="shape=partialRectangle;connectable=0;fillColor=none;top=0;left=0;bottom=0;right=0;align=left;spacingLeft=6;overflow=hidden;whiteSpace=wrap;html=1;" value="&lt;font style=&quot;color: light-dark(rgb(0, 0, 0), rgb(255, 128, 0));&quot;&gt;center_id&lt;/font&gt;" vertex="1">
          <mxGeometry height="30" width="150" x="30" as="geometry">
            <mxRectangle height="30" width="150" as="alternateBounds" />
          </mxGeometry>
        </mxCell>
        <mxCell id="Giu9duhrMgHUsp725i_l-17" parent="Giu9duhrMgHUsp725i_l-1" style="shape=tableRow;horizontal=0;startSize=0;swimlaneHead=0;swimlaneBody=0;fillColor=none;collapsible=0;dropTarget=0;points=[[0,0.5],[1,0.5]];portConstraint=eastwest;top=0;left=0;right=0;bottom=0;" vertex="1">
          <mxGeometry height="30" width="180" y="270" as="geometry" />
        </mxCell>
        <mxCell id="Giu9duhrMgHUsp725i_l-18" parent="Giu9duhrMgHUsp725i_l-17" style="shape=partialRectangle;connectable=0;fillColor=none;top=0;left=0;bottom=0;right=0;editable=1;overflow=hidden;whiteSpace=wrap;html=1;" vertex="1">
          <mxGeometry height="30" width="30" as="geometry">
            <mxRectangle height="30" width="30" as="alternateBounds" />
          </mxGeometry>
        </mxCell>
        <mxCell id="Giu9duhrMgHUsp725i_l-19" parent="Giu9duhrMgHUsp725i_l-17" style="shape=partialRectangle;connectable=0;fillColor=none;top=0;left=0;bottom=0;right=0;align=left;spacingLeft=6;overflow=hidden;whiteSpace=wrap;html=1;" value="created_at" vertex="1">
          <mxGeometry height="30" width="150" x="30" as="geometry">
            <mxRectangle height="30" width="150" as="alternateBounds" />
          </mxGeometry>
        </mxCell>
-         <mxCell id="Giu9duhrMgHUsp725i_l-37" edge="1" parent="Giu9duhrMgHUsp725i_l-1" source="Giu9duhrMgHUsp725i_l-2" style="edgeStyle=entityRelationEdgeStyle;fontSize=12;html=1;endArrow=ERoneToMany;rounded=0;" target="Giu9duhrMgHUsp725i_l-8" value="">
-           <mxGeometry height="100" relative="1" width="100" as="geometry">
-             <mxPoint x="400" y="360" as="sourcePoint" />
-             <mxPoint x="500" y="260" as="targetPoint" />
+         <mxCell id="sW8lJEdXArlPQqeRBXrJ-1" edge="1" parent="Giu9duhrMgHUsp725i_l-1" source="Giu9duhrMgHUsp725i_l-2" style="edgeStyle=entityRelationEdgeStyle;fontSize=12;html=1;endArrow=ERzeroToMany;endFill=1;rounded=0;exitX=1;exitY=0.5;exitDx=0;exitDy=0;" target="Giu9duhrMgHUsp725i_l-8" value="">
+           <mxGeometry height="100" relative="1" width="100" as="geometry">
+             <mxPoint x="340" y="230" as="sourcePoint" />
+             <mxPoint x="440" y="130" as="targetPoint" />
          </mxGeometry>
        </mxCell>
        <mxCell id="Giu9duhrMgHUsp725i_l-30" edge="1" parent="1" source="jeW91b3SFmuc4ZiNpk8l-15" style="edgeStyle=entityRelationEdgeStyle;fontSize=12;html=1;endArrow=ERoneToMany;rounded=0;" target="Giu9duhrMgHUsp725i_l-5" value="">
          <mxGeometry height="100" relative="1" width="100" as="geometry">
            <mxPoint x="680" y="680" as="sourcePoint" />
            <mxPoint x="780" y="580" as="targetPoint" />
          </mxGeometry>
        </mxCell>
      </root>
    </mxGraphModel>
  </diagram>
</mxfile>
